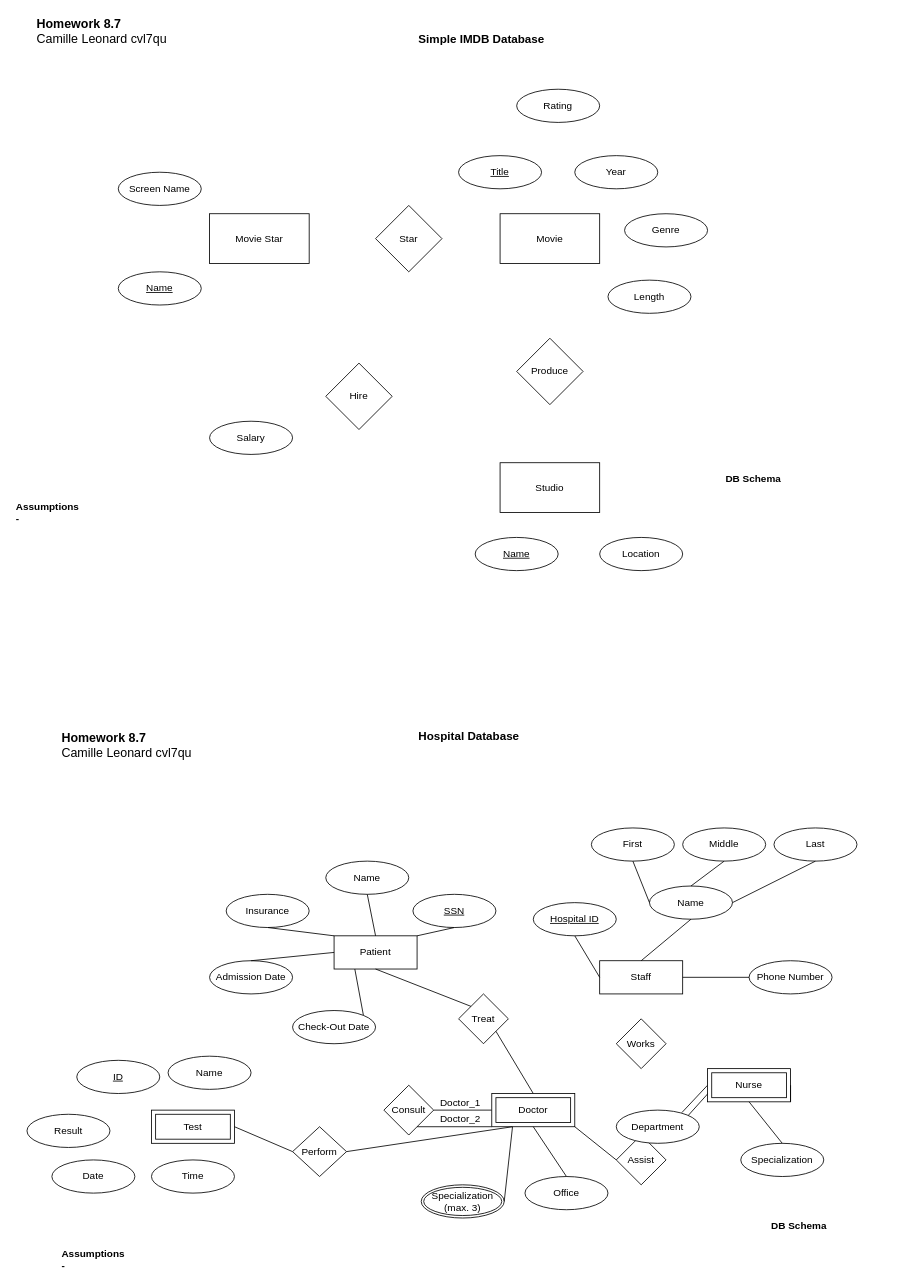
Above: HW 8.7 ER Diagrams.drawio in camillevleonard/CS_5012_Mod_8_MOE (draw.io), before the change. Source tidied: cells renumbered, new cells numbered last; positions are measured from the earlier drawing's top-left corner, leaving out a move shared by most shapes. Both pictures are drawn from the tidied source at 83%, with x=0, y=0 at pixel (14, 14).
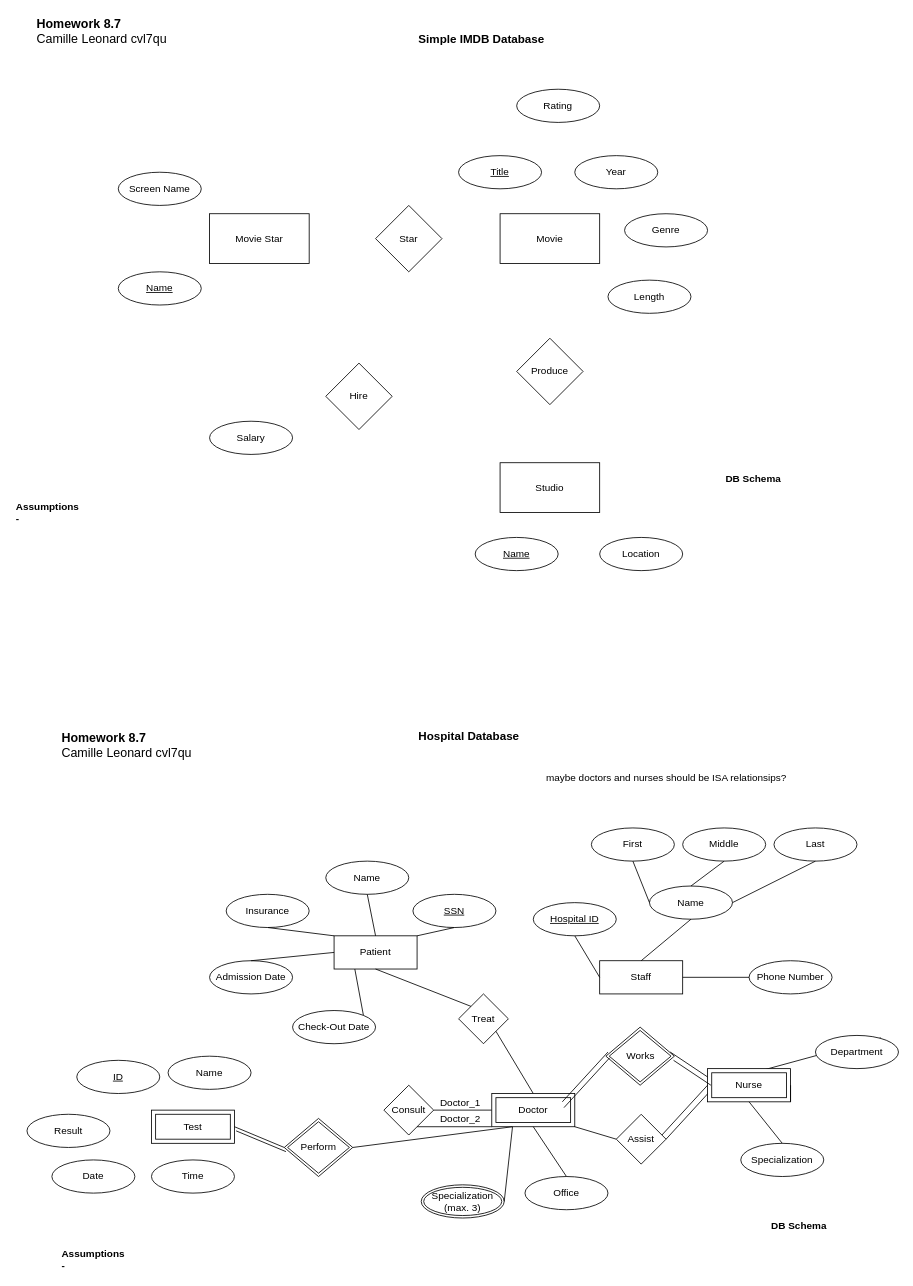
After the change.

Unchanged cells that the change refers to:
```xml
<mxCell id="64" value="Nurse" style="shape=ext;margin=3;double=1;whiteSpace=wrap;html=1;align=center;" parent="1" vertex="1">
  <mxGeometry x="835" y="1270" width="100" height="40" as="geometry" />
</mxCell>
```

The edit, as a diff of the source:
```diff
@@
-    <mxCell id="37" value="Works" style="rhombus;whiteSpace=wrap;html=1;" parent="1" vertex="1">
-      <mxGeometry x="725" y="1210" width="60" height="60" as="geometry" />
-    </mxCell>
-    <mxCell id="38" value="Assist" style="rhombus;whiteSpace=wrap;html=1;" parent="1" vertex="1">
-      <mxGeometry x="725" y="1350" width="60" height="60" as="geometry" />
-    </mxCell>
@@
-    <mxCell id="40" style="endArrow=none;html=1;" parent="1" edge="1">
+    <mxCell id="40" style="endArrow=none;html=1;exitX=1;exitY=0.5;exitDx=0;exitDy=0;" parent="1" edge="1" source="38">
       <mxGeometry relative="1" as="geometry">
-        <mxPoint x="795" y="1345" as="sourcePoint" />
         <mxPoint x="840" y="1295" as="targetPoint" />
       </mxGeometry>
     </mxCell>
@@
     <mxCell id="44" value="Department" style="ellipse;whiteSpace=wrap;html=1;align=center;" parent="1" vertex="1">
-      <mxGeometry x="725" y="1320" width="100" height="40" as="geometry" />
+      <mxGeometry x="965" y="1230" width="100" height="40" as="geometry" />
     </mxCell>
@@
-    <mxCell id="76" value="Perform" style="rhombus;whiteSpace=wrap;html=1;" parent="1" vertex="1">
-      <mxGeometry x="335" y="1340" width="65" height="60" as="geometry" />
-    </mxCell>
@@
+    <mxCell id="76" value="Perform" style="shape=rhombus;double=1;perimeter=rhombusPerimeter;whiteSpace=wrap;html=1;align=center;" parent="1" vertex="1">
+      <mxGeometry x="325" y="1330" width="82.5" height="70" as="geometry" />
+    </mxCell>
+    <mxCell id="85" style="endArrow=none;html=1;exitX=1;exitY=0.5;exitDx=0;exitDy=0;entryX=0;entryY=0.5;entryDx=0;entryDy=0;" parent="1" edge="1">
+      <mxGeometry relative="1" as="geometry">
+        <mxPoint x="267" y="1345" as="sourcePoint" />
+        <mxPoint x="327" y="1370" as="targetPoint" />
+      </mxGeometry>
+    </mxCell>
+    <mxCell id="38" value="Assist" style="rhombus;whiteSpace=wrap;html=1;" parent="1" vertex="1">
+      <mxGeometry x="725" y="1325" width="60" height="60" as="geometry" />
+    </mxCell>
+    <mxCell id="37" value="Works" style="shape=rhombus;double=1;perimeter=rhombusPerimeter;whiteSpace=wrap;html=1;align=center;" parent="1" vertex="1">
+      <mxGeometry x="712.5" y="1220" width="82.5" height="70" as="geometry" />
+    </mxCell>
+    <mxCell id="86" style="endArrow=none;html=1;exitX=1;exitY=0.5;exitDx=0;exitDy=0;" parent="1" edge="1">
+      <mxGeometry relative="1" as="geometry">
+        <mxPoint x="780" y="1350" as="sourcePoint" />
+        <mxPoint x="835" y="1290" as="targetPoint" />
+      </mxGeometry>
+    </mxCell>
+    <mxCell id="87" style="endArrow=none;html=1;exitX=1;exitY=0.5;exitDx=0;exitDy=0;" parent="1" edge="1">
+      <mxGeometry relative="1" as="geometry">
+        <mxPoint x="660" y="1310" as="sourcePoint" />
+        <mxPoint x="715" y="1250" as="targetPoint" />
+      </mxGeometry>
+    </mxCell>
+    <mxCell id="88" style="endArrow=none;html=1;exitX=1;exitY=0.5;exitDx=0;exitDy=0;" parent="1" edge="1">
+      <mxGeometry relative="1" as="geometry">
+        <mxPoint x="662" y="1317" as="sourcePoint" />
+        <mxPoint x="717" y="1257" as="targetPoint" />
+      </mxGeometry>
+    </mxCell>
+    <mxCell id="89" style="endArrow=none;html=1;exitX=0;exitY=0.25;exitDx=0;exitDy=0;" parent="1" edge="1" source="64">
+      <mxGeometry relative="1" as="geometry">
+        <mxPoint x="790" y="1250" as="targetPoint" />
+      </mxGeometry>
+    </mxCell>
+    <mxCell id="90" style="endArrow=none;html=1;exitX=0;exitY=0.25;exitDx=0;exitDy=0;" parent="1" edge="1">
+      <mxGeometry relative="1" as="geometry">
+        <mxPoint x="839" y="1290" as="sourcePoint" />
+        <mxPoint x="794" y="1260" as="targetPoint" />
+      </mxGeometry>
+    </mxCell>
+    <mxCell id="91" value="maybe doctors and nurses should be ISA relationsips?" style="text;html=1;align=center;verticalAlign=middle;" parent="1" vertex="1">
+      <mxGeometry x="630" y="910" width="310" height="20" as="geometry" />
+    </mxCell>
```
